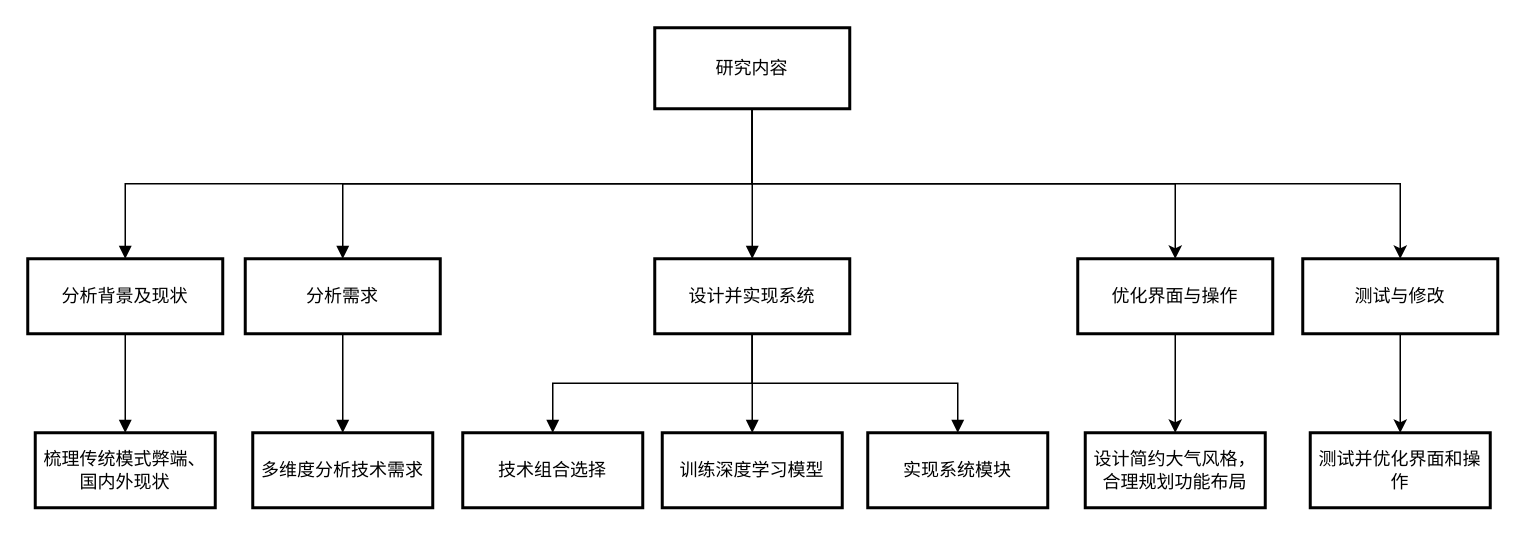
Before: 研究内容.drawio in EthaneIceCream/HoloCubic, a draw.io diagram. Source tidied: cells renumbered, new cells numbered last; positions are measured from the earlier drawing's top-left corner, leaving out a move shared by most shapes. Both pictures are drawn from the tidied source at 150%, with x=0, y=0 at pixel (27, 27).
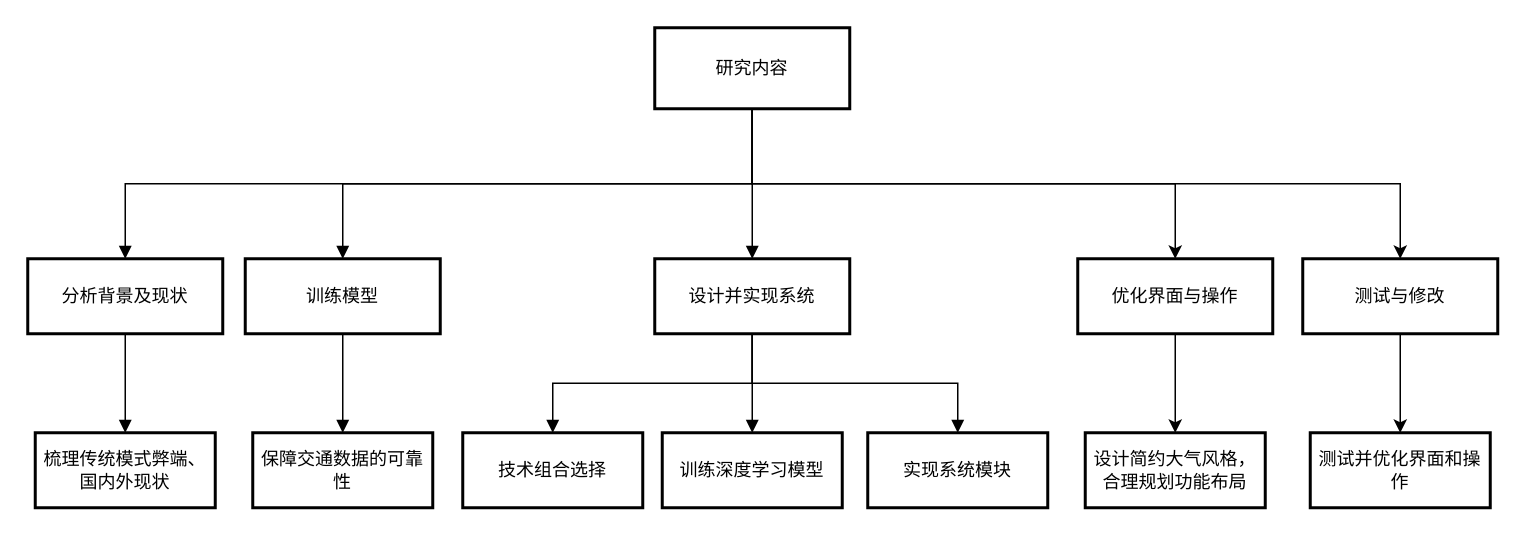
The same diagram, later.

Commit message (it also covers changes not shown here):
更新研究内容.drawio

Change to the diagram source:
```diff
@@
-    <mxCell id="6" value="分析需求" style="whiteSpace=wrap;strokeWidth=2;" parent="1" vertex="1">
+    <mxCell id="6" value="训练模型" style="whiteSpace=wrap;strokeWidth=2;" parent="1" vertex="1">
       <mxGeometry x="145" y="154" width="130" height="50" as="geometry" />
     </mxCell>
@@
-    <mxCell id="9" value="多维度分析技术需求" style="whiteSpace=wrap;strokeWidth=2;" parent="1" vertex="1">
+    <mxCell id="9" value="保障交通数据的可靠性" style="whiteSpace=wrap;strokeWidth=2;" parent="1" vertex="1">
       <mxGeometry x="150" y="270" width="120" height="50" as="geometry" />
     </mxCell>
```
